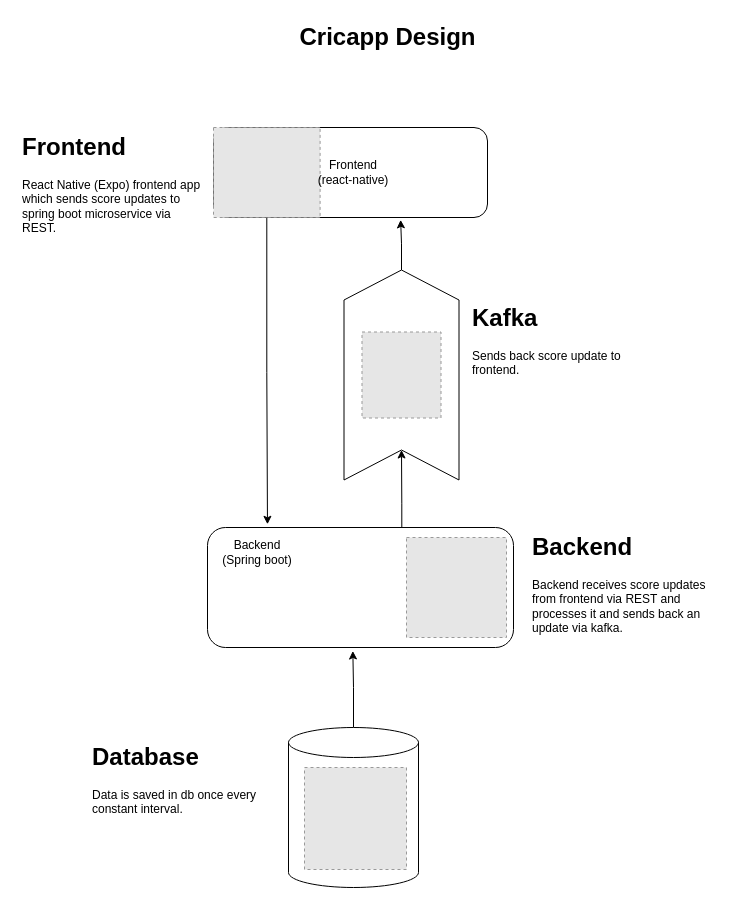
The draw.io diagram design.drawio in gitosamakhan/cricapp, before the edit. Source tidied: cells renumbered, new cells numbered last; positions are measured from the earlier drawing's top-left corner, leaving out a move shared by most shapes. Both pictures are drawn from the tidied source at 100%, with x=0, y=0 at pixel (17, 17). Pictures stored in the file or linked from it are replaced by grey dashed boxes.
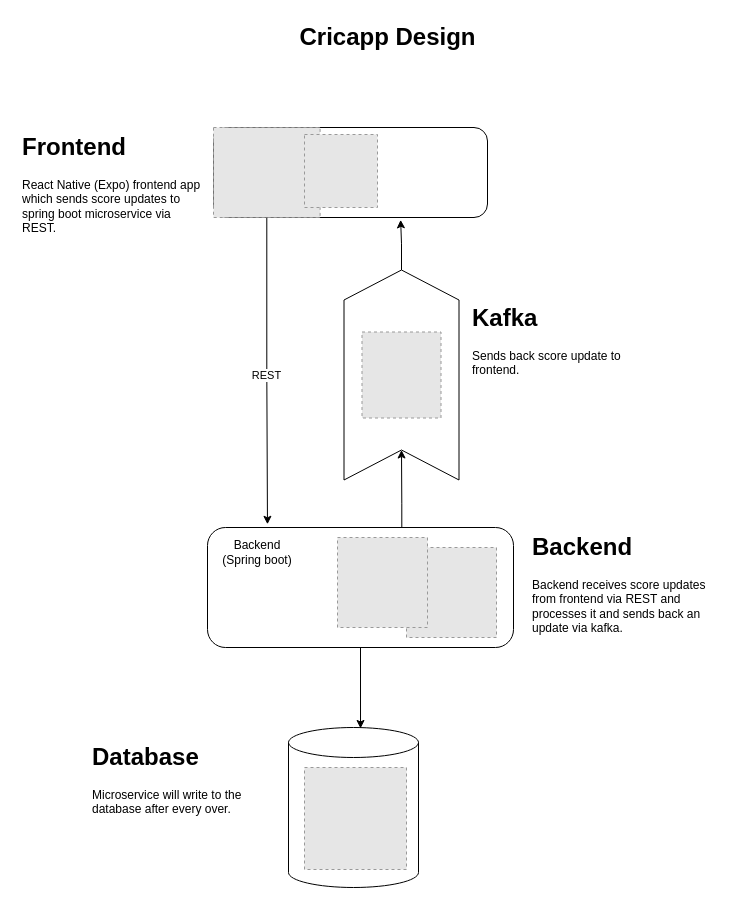
After the change.

Unchanged cells that the change refers to:
```xml
<mxCell id="3" style="edgeStyle=orthogonalEdgeStyle;rounded=0;jettySize=auto;html=1;exitX=0.5;exitY=1;exitDx=0;exitDy=0;entryX=0.196;entryY=-0.027;entryDx=0;entryDy=0;entryPerimeter=0;" parent="1" edge="1" source="4" target="14">
  <mxGeometry relative="1" as="geometry" />
</mxCell>
<mxCell id="7" style="shape=cylinder3;whiteSpace=wrap;html=1;boundedLbl=1;backgroundOutline=1;size=15;" parent="1" vertex="1">
  <mxGeometry x="271" y="710" width="130" height="160" as="geometry" />
</mxCell>
<mxCell id="14" style="rounded=1;whiteSpace=wrap;html=1;" parent="1" vertex="1">
  <mxGeometry x="190" y="510" width="306" height="120" as="geometry" />
</mxCell>
```

What changed in the source:
```diff
@@
+    <mxCell id="21" value="REST" style="edgeLabel;html=1;align=center;verticalAlign=middle;" parent="3" vertex="1">
+      <mxGeometry x="0.03" y="-1" relative="1" as="geometry" />
+    </mxCell>
@@
-    <mxCell id="5" value="Frontend&lt;br&gt;(react-native)" style="text;html=1;strokeColor=none;fillColor=none;align=center;verticalAlign=middle;whiteSpace=wrap;rounded=0;" parent="1" vertex="1">
-      <mxGeometry x="296" y="140" width="80" height="30" as="geometry" />
-    </mxCell>
-    <mxCell id="6" style="edgeStyle=orthogonalEdgeStyle;rounded=0;jettySize=auto;html=1;exitX=0.5;exitY=0;exitDx=0;exitDy=0;exitPerimeter=0;entryX=0.475;entryY=1.029;entryDx=0;entryDy=0;entryPerimeter=0;" parent="1" edge="1" source="7" target="14">
-      <mxGeometry relative="1" as="geometry" />
-    </mxCell>
@@
+    <mxCell id="22" style="edgeStyle=orthogonalEdgeStyle;rounded=0;jettySize=auto;html=1;exitX=0.5;exitY=1;exitDx=0;exitDy=0;entryX=0.554;entryY=0.006;entryDx=0;entryDy=0;entryPerimeter=0;" parent="1" edge="1" source="14" target="7">
+      <mxGeometry relative="1" as="geometry" />
+    </mxCell>
@@
     <mxCell id="16" style="fillColor=#E6E6E6;strokeColor=#999999;dashed=1;verticalLabelPosition=bottom;labelBackgroundColor=default;verticalAlign=top;" parent="1" vertex="1">
-      <mxGeometry x="389" y="520" width="100" height="100" as="geometry" />
+      <mxGeometry x="389" y="530" width="90" height="90" as="geometry" />
     </mxCell>
@@
-    <mxCell id="20" value="&lt;h1&gt;Database&lt;/h1&gt;&lt;p&gt;Data is saved in db once every constant interval.&lt;/p&gt;" style="text;html=1;strokeColor=none;fillColor=none;spacing=5;spacingTop=-20;whiteSpace=wrap;overflow=hidden;rounded=0;" parent="1" vertex="1">
+    <mxCell id="20" value="&lt;h1&gt;Database&lt;/h1&gt;&lt;p&gt;Microservice will write to the database after every over.&lt;/p&gt;" style="text;html=1;strokeColor=none;fillColor=none;spacing=5;spacingTop=-20;whiteSpace=wrap;overflow=hidden;rounded=0;" parent="1" vertex="1">
       <mxGeometry x="70" y="720" width="190" height="120" as="geometry" />
     </mxCell>
+    <mxCell id="23" style="fillColor=#E6E6E6;strokeColor=#999999;dashed=1;verticalLabelPosition=bottom;labelBackgroundColor=default;verticalAlign=top;" parent="1" vertex="1">
+      <mxGeometry x="287" y="117" width="73" height="73" as="geometry" />
+    </mxCell>
+    <mxCell id="24" style="fillColor=#E6E6E6;strokeColor=#999999;dashed=1;verticalLabelPosition=bottom;labelBackgroundColor=default;verticalAlign=top;" parent="1" vertex="1">
+      <mxGeometry x="320" y="520" width="90" height="90" as="geometry" />
+    </mxCell>
```
